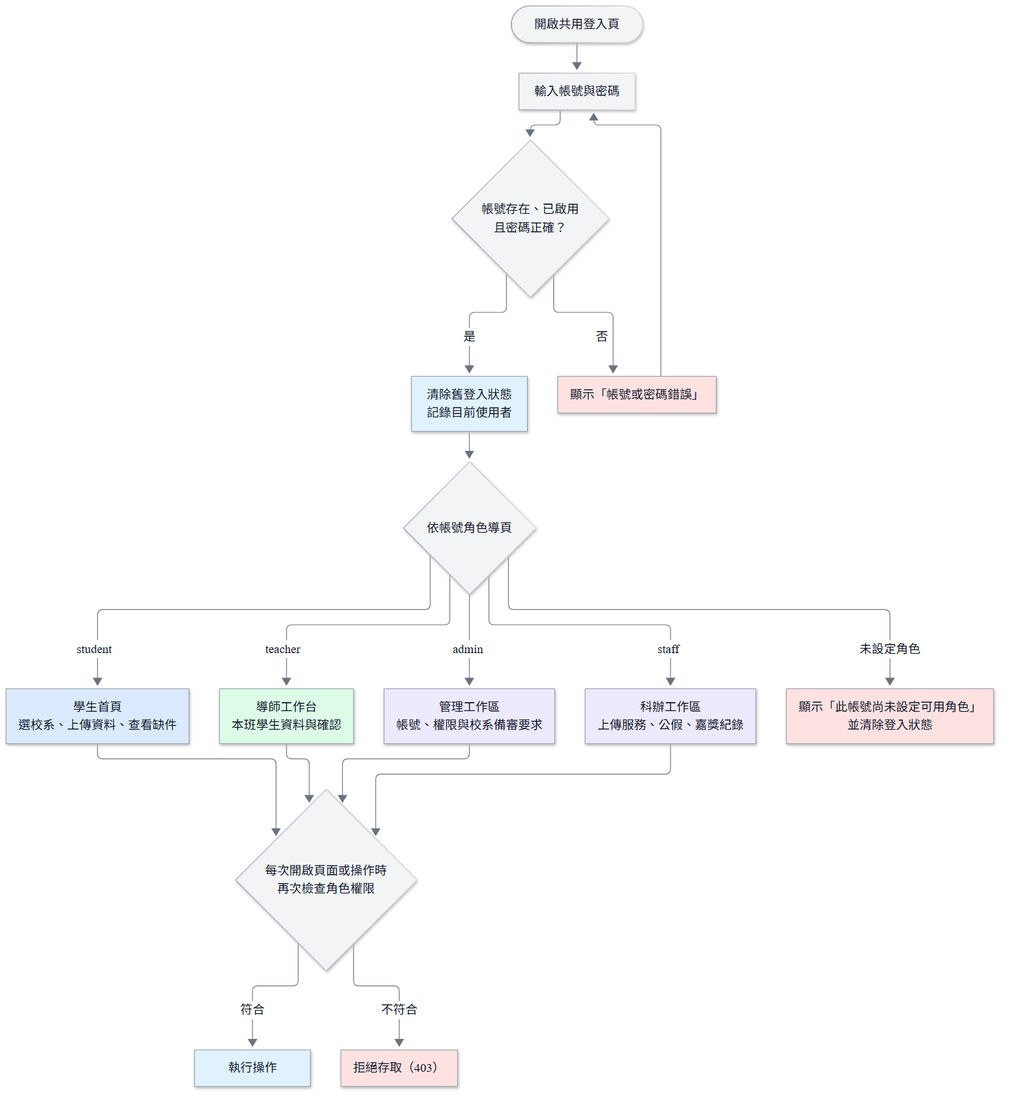
This is docs/images/D-02-login-role-routing.png from vujhdcusa/1028, a Mermaid export, as it was before one commit. Its source is kept beside it as docs/images/D-02-login-role-routing.mmd.
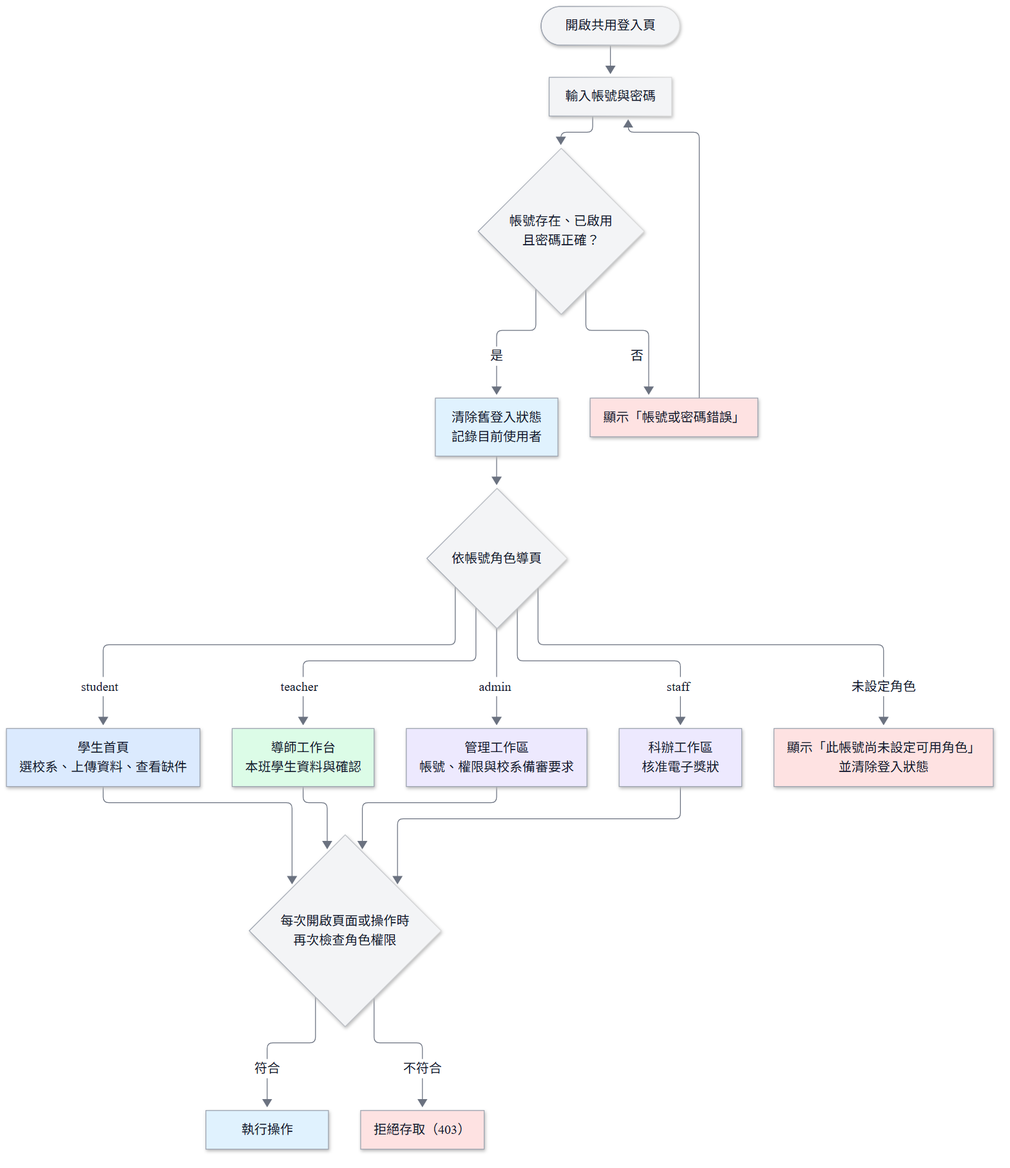
The same file after the commit.

What changed in the source:
```diff
@@ -17,7 +17,7 @@
     Role -- student --> S[學生首頁<br/>選校系、上傳資料、查看缺件]:::student
     Role -- teacher --> T[導師工作台<br/>本班學生資料與確認]:::teacher
     Role -- admin --> A[管理工作區<br/>帳號、權限與校系備審要求]:::admin
-    Role -- staff --> F[科辦工作區<br/>上傳服務、公假、嘉獎紀錄]:::staff
+    Role -- staff --> F[科辦工作區<br/>核准電子獎狀]:::staff
     Role -- 未設定角色 --> NoRole[顯示「此帳號尚未設定可用角色」<br/>並清除登入狀態]:::alert
     S --> Guard{每次開啟頁面或操作時<br/>再次檢查角色權限}
     T --> Guard
```
